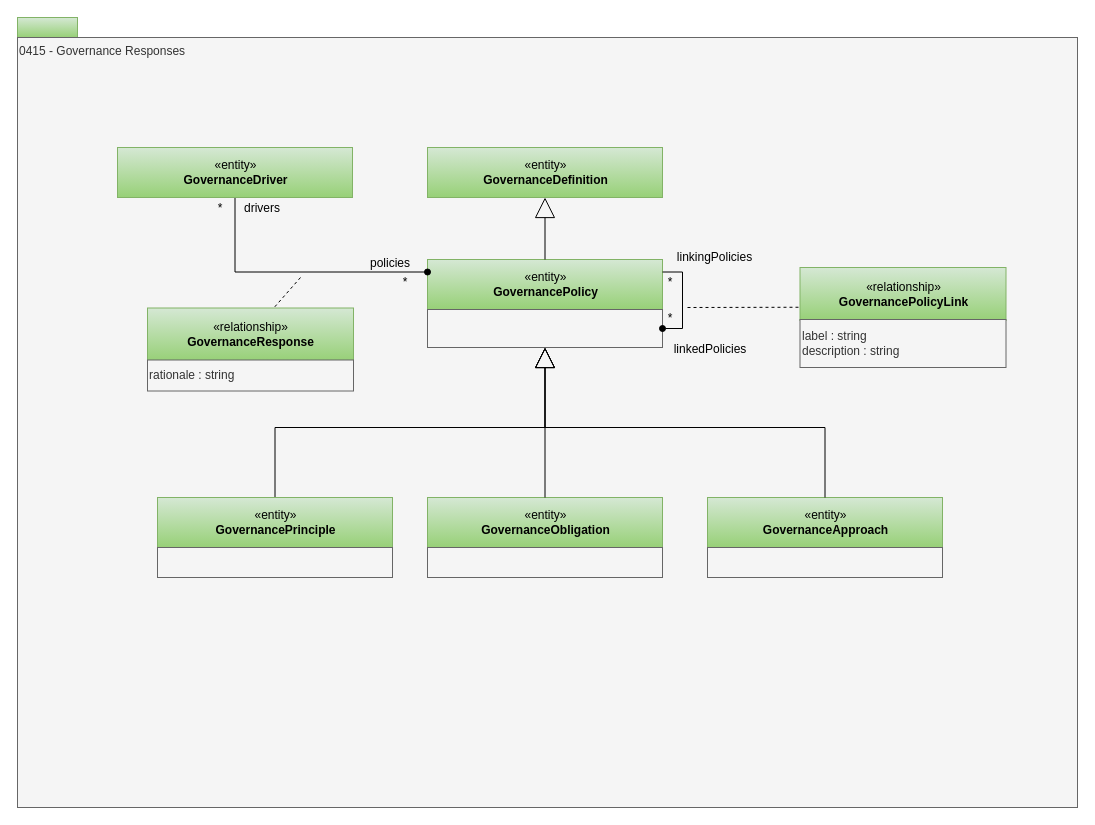
Before: page "0415-Governance-Responses" (4 of 30) of site/docs/types/4/area-4-governance.drawio in odpi/egeria-docs, a draw.io diagram. Source tidied: cells renumbered, new cells numbered last; positions are measured from the earlier drawing's top-left corner, leaving out a move shared by most shapes. Both pictures are drawn from the tidied source at 100%, with x=0, y=0 at pixel (17, 17).
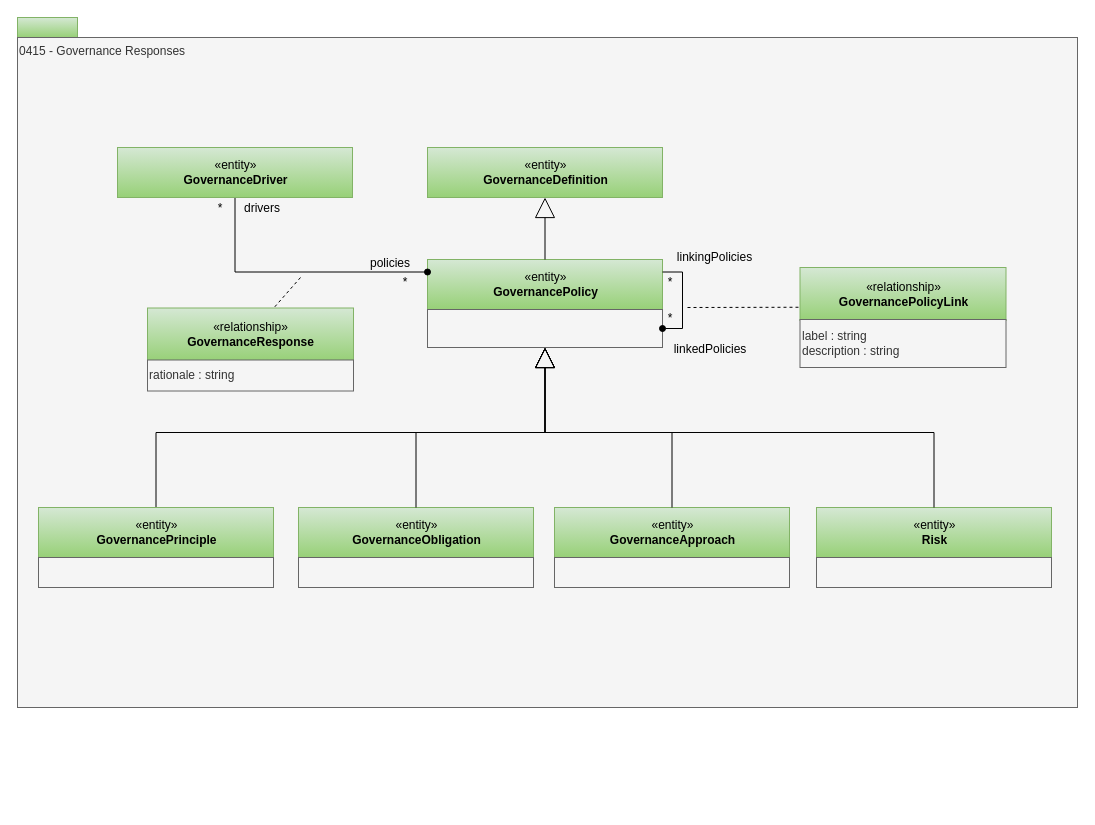
The same page after the edit.

The change refers to these unchanged cells:
```xml
<mxCell id="5" style="rounded=0;whiteSpace=wrap;html=1;strokeColor=#666666;align=left;fillColor=#f5f5f5;fontColor=#333333;" parent="1" vertex="1">
  <mxGeometry x="410" y="292" width="235" height="38" as="geometry" />
</mxCell>
```

Change to the diagram source:
```diff
@@
     <mxCell id="3" value="0415 - Governance Responses" style="rounded=0;whiteSpace=wrap;html=1;align=left;verticalAlign=top;fillColor=#f5f5f5;fontColor=#333333;strokeColor=#666666;" parent="1" vertex="1">
-      <mxGeometry y="20" width="1060" height="770" as="geometry" />
+      <mxGeometry y="20" width="1060" height="670" as="geometry" />
     </mxCell>
@@
     <mxCell id="7" value="«entity»&lt;br&gt;&lt;b&gt;GovernancePrinciple&lt;/b&gt;" style="html=1;strokeColor=#82b366;align=center;fillColor=#d5e8d4;gradientColor=#97d077;" parent="1" vertex="1">
-      <mxGeometry x="140" y="480" width="235" height="50" as="geometry" />
+      <mxGeometry x="21" y="490" width="235" height="50" as="geometry" />
     </mxCell>
     <mxCell id="8" style="rounded=0;whiteSpace=wrap;html=1;strokeColor=#666666;align=left;fillColor=#f5f5f5;fontColor=#333333;" parent="1" vertex="1">
-      <mxGeometry x="140" y="530" width="235" height="30" as="geometry" />
+      <mxGeometry x="21" y="540" width="235" height="30" as="geometry" />
     </mxCell>
@@
     <mxCell id="10" value="«entity»&lt;br&gt;&lt;b&gt;GovernanceObligation&lt;/b&gt;" style="html=1;strokeColor=#82b366;align=center;fillColor=#d5e8d4;gradientColor=#97d077;" parent="1" vertex="1">
-      <mxGeometry x="410" y="480" width="235" height="50" as="geometry" />
+      <mxGeometry x="281" y="490" width="235" height="50" as="geometry" />
     </mxCell>
     <mxCell id="11" style="rounded=0;whiteSpace=wrap;html=1;strokeColor=#666666;align=left;fillColor=#f5f5f5;fontColor=#333333;" parent="1" vertex="1">
-      <mxGeometry x="410" y="530" width="235" height="30" as="geometry" />
+      <mxGeometry x="281" y="540" width="235" height="30" as="geometry" />
     </mxCell>
     <mxCell id="12" value="«entity»&lt;br&gt;&lt;b&gt;GovernanceApproach&lt;/b&gt;" style="html=1;strokeColor=#82b366;align=center;fillColor=#d5e8d4;gradientColor=#97d077;" parent="1" vertex="1">
-      <mxGeometry x="690" y="480" width="235" height="50" as="geometry" />
+      <mxGeometry x="537" y="490" width="235" height="50" as="geometry" />
     </mxCell>
     <mxCell id="13" style="rounded=0;whiteSpace=wrap;html=1;strokeColor=#666666;align=left;fillColor=#f5f5f5;fontColor=#333333;" parent="1" vertex="1">
-      <mxGeometry x="690" y="530" width="235" height="30" as="geometry" />
+      <mxGeometry x="537" y="540" width="235" height="30" as="geometry" />
     </mxCell>
@@
+    <mxCell id="34" value="«entity»&lt;br&gt;&lt;b&gt;Risk&lt;/b&gt;" style="html=1;strokeColor=#82b366;align=center;fillColor=#d5e8d4;gradientColor=#97d077;" parent="1" vertex="1">
+      <mxGeometry x="799" y="490" width="235" height="50" as="geometry" />
+    </mxCell>
+    <mxCell id="35" style="rounded=0;whiteSpace=wrap;html=1;strokeColor=#666666;align=left;fillColor=#f5f5f5;fontColor=#333333;" parent="1" vertex="1">
+      <mxGeometry x="799" y="540" width="235" height="30" as="geometry" />
+    </mxCell>
+    <mxCell id="36" style="edgeStyle=orthogonalEdgeStyle;rounded=0;jettySize=auto;html=1;exitX=0.5;exitY=0;exitDx=0;exitDy=0;endArrow=block;endFill=0;endSize=18;entryX=0.5;entryY=1;entryDx=0;entryDy=0;" parent="1" edge="1" source="34" target="5">
+      <mxGeometry relative="1" as="geometry" />
+    </mxCell>
```
